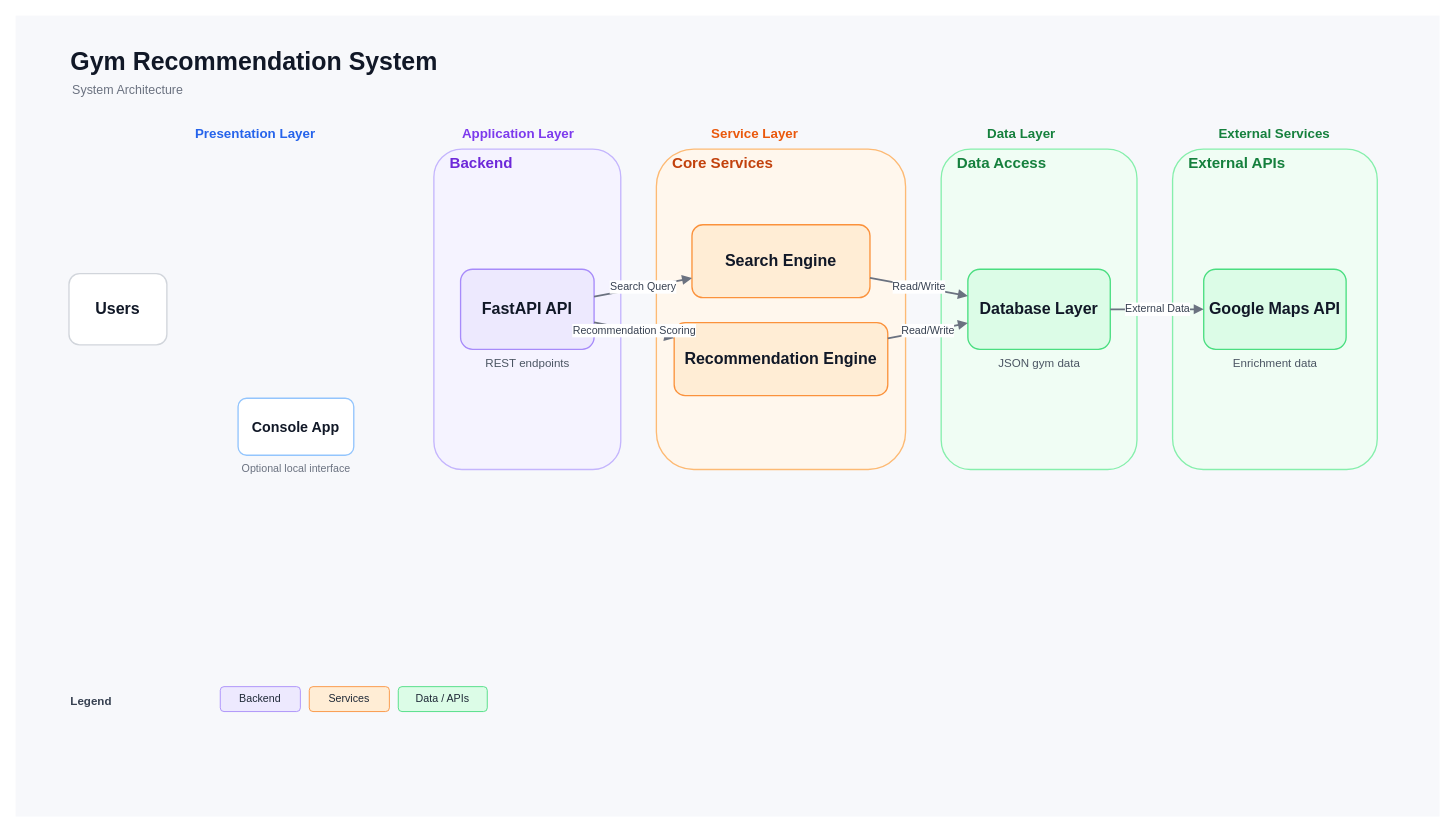
Above: system_flowchart.drawio in AmberrTan/CV1014 (draw.io), before the change. Source tidied: cells renumbered, new cells numbered last; positions are measured from the earlier drawing's top-left corner, leaving out a move shared by most shapes. Both pictures are drawn from the tidied source at 89%, with x=0, y=0 at pixel (15, 15).
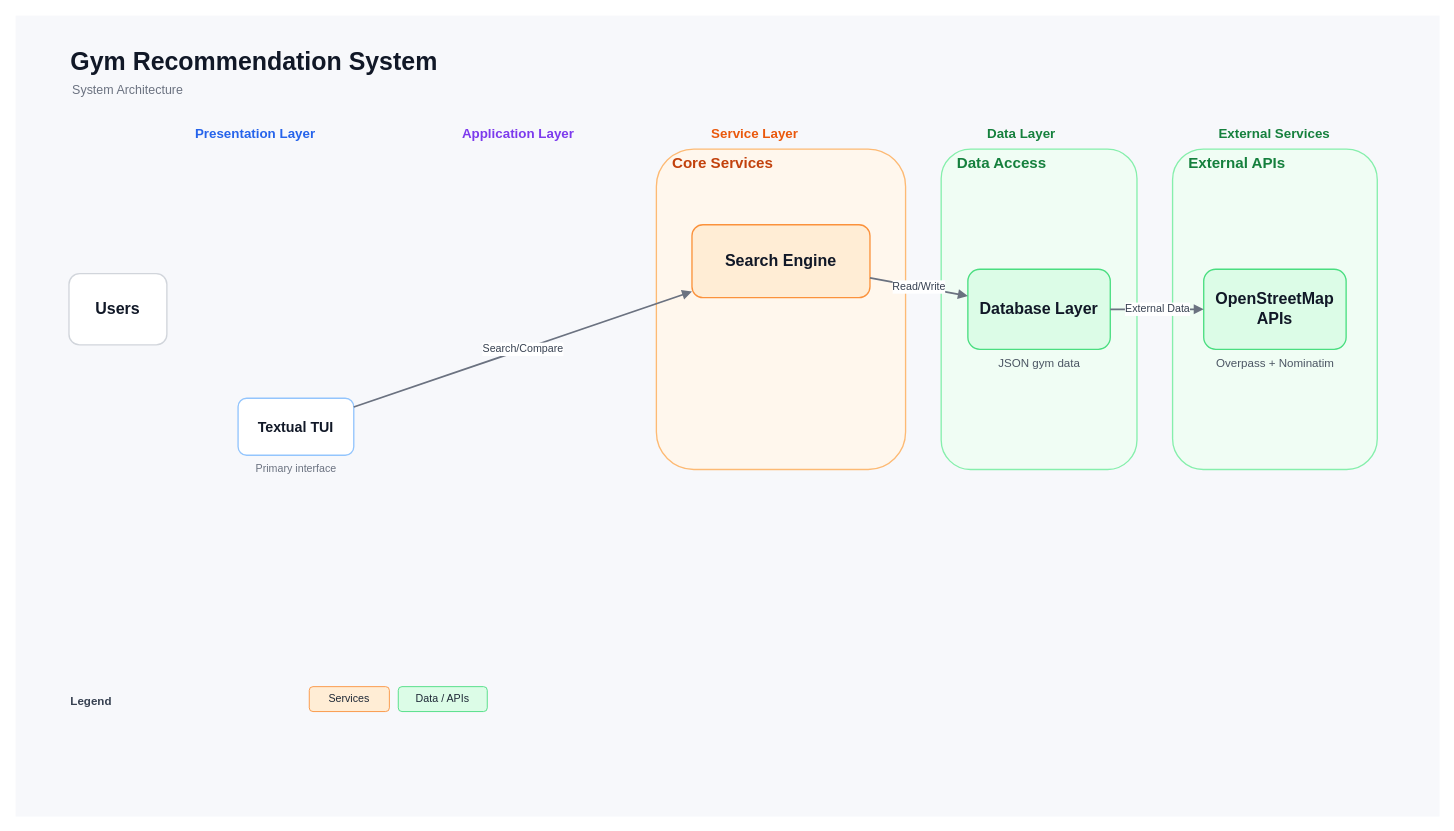
Above is the later version.

Unchanged cells that the change refers to:
```xml
<mxCell id="17" value="Search Engine" style="rounded=1;whiteSpace=wrap;html=1;fillColor=#ffedd5;strokeColor=#fb923c;strokeWidth=1.5;fontSize=18;fontStyle=1;fontColor=#111827;" parent="1" vertex="1">
  <mxGeometry x="760" y="235" width="200" height="82" as="geometry" />
</mxCell>
<mxCell id="20" value="Database Layer" style="rounded=1;whiteSpace=wrap;html=1;fillColor=#dcfce7;strokeColor=#4ade80;strokeWidth=1.5;fontSize=18;fontStyle=1;fontColor=#111827;" parent="1" vertex="1">
  <mxGeometry x="1070" y="285" width="160" height="90" as="geometry" />
</mxCell>
```

What changed in the source:
```diff
@@
-    <mxCell id="11" value="Console App" style="rounded=1;whiteSpace=wrap;html=1;fillColor=#ffffff;strokeColor=#93c5fd;strokeWidth=1.5;fontSize=16;fontStyle=1;fontColor=#111827;" parent="1" vertex="1">
+    <mxCell id="11" value="Textual TUI" style="rounded=1;whiteSpace=wrap;html=1;fillColor=#ffffff;strokeColor=#93c5fd;strokeWidth=1.5;fontSize=16;fontStyle=1;fontColor=#111827;" parent="1" vertex="1">
       <mxGeometry x="250" y="430" width="130" height="64" as="geometry" />
     </mxCell>
-    <mxCell id="12" value="Optional local interface" style="text;html=1;strokeColor=none;fillColor=none;align=center;verticalAlign=middle;fontSize=12;fontColor=#6b7280;" parent="1" vertex="1">
+    <mxCell id="12" value="Primary interface" style="text;html=1;strokeColor=none;fillColor=none;align=center;verticalAlign=middle;fontSize=12;fontColor=#6b7280;" parent="1" vertex="1">
       <mxGeometry x="232" y="500" width="166" height="18" as="geometry" />
     </mxCell>
-    <mxCell id="13" value="Backend" style="rounded=1;whiteSpace=wrap;html=1;fillColor=#f5f3ff;strokeColor=#c4b5fd;strokeWidth=1.5;fontSize=17;fontStyle=1;align=left;spacingLeft=16;verticalAlign=top;fontColor=#6d28d9;" parent="1" vertex="1">
-      <mxGeometry x="470" y="150" width="210" height="360" as="geometry" />
-    </mxCell>
-    <mxCell id="14" value="FastAPI API" style="rounded=1;whiteSpace=wrap;html=1;fillColor=#ede9fe;strokeColor=#a78bfa;strokeWidth=1.5;fontSize=18;fontStyle=1;fontColor=#111827;" parent="1" vertex="1">
-      <mxGeometry x="500" y="285" width="150" height="90" as="geometry" />
-    </mxCell>
-    <mxCell id="15" value="REST endpoints" style="text;html=1;strokeColor=none;fillColor=none;align=center;verticalAlign=middle;fontSize=13;fontColor=#4b5563;" parent="1" vertex="1">
-      <mxGeometry x="515" y="380" width="120" height="20" as="geometry" />
-    </mxCell>
@@
-    <mxCell id="18" value="Recommendation Engine" style="rounded=1;whiteSpace=wrap;html=1;fillColor=#ffedd5;strokeColor=#fb923c;strokeWidth=1.5;fontSize=18;fontStyle=1;fontColor=#111827;" parent="1" vertex="1">
-      <mxGeometry x="740" y="345" width="240" height="82" as="geometry" />
-    </mxCell>
@@
-    <mxCell id="23" value="Google Maps API" style="rounded=1;whiteSpace=wrap;html=1;fillColor=#dcfce7;strokeColor=#4ade80;strokeWidth=1.5;fontSize=18;fontStyle=1;fontColor=#111827;" parent="1" vertex="1">
+    <mxCell id="23" value="OpenStreetMap APIs" style="rounded=1;whiteSpace=wrap;html=1;fillColor=#dcfce7;strokeColor=#4ade80;strokeWidth=1.5;fontSize=18;fontStyle=1;fontColor=#111827;" parent="1" vertex="1">
       <mxGeometry x="1335" y="285" width="160" height="90" as="geometry" />
     </mxCell>
-    <mxCell id="24" value="Enrichment data" style="text;html=1;strokeColor=none;fillColor=none;align=center;verticalAlign=middle;fontSize=13;fontColor=#4b5563;" parent="1" vertex="1">
+    <mxCell id="24" value="Overpass + Nominatim" style="text;html=1;strokeColor=none;fillColor=none;align=center;verticalAlign=middle;fontSize=13;fontColor=#4b5563;" parent="1" vertex="1">
       <mxGeometry x="1350" y="380" width="130" height="20" as="geometry" />
     </mxCell>
@@
-    <mxCell id="26" value="Backend" style="rounded=1;whiteSpace=wrap;html=1;fillColor=#ede9fe;strokeColor=#a78bfa;strokeWidth=1;fontSize=12;fontColor=#1f2937;" parent="1" vertex="1">
-      <mxGeometry x="230" y="754" width="90" height="28" as="geometry" />
-    </mxCell>
@@
-    <mxCell id="29" value="Search Query" style="endArrow=block;html=1;rounded=0;strokeWidth=2;strokeColor=#6b7280;fontSize=12;fontColor=#374151;" parent="1" edge="1" source="14" target="17">
+    <mxCell id="29" value="Search/Compare" style="endArrow=block;html=1;rounded=0;strokeWidth=2;strokeColor=#6b7280;fontSize=12;fontColor=#374151;" parent="1" edge="1" source="11" target="17">
       <mxGeometry relative="1" as="geometry" />
     </mxCell>
-    <mxCell id="30" value="Recommendation Scoring" style="endArrow=block;html=1;rounded=0;strokeWidth=2;strokeColor=#6b7280;fontSize=12;fontColor=#374151;" parent="1" edge="1" source="14" target="18">
-      <mxGeometry relative="1" as="geometry" />
-    </mxCell>
@@
-    <mxCell id="32" value="Read/Write" style="endArrow=block;html=1;rounded=0;strokeWidth=2;strokeColor=#6b7280;fontSize=12;fontColor=#374151;" parent="1" edge="1" source="18" target="20">
-      <mxGeometry relative="1" as="geometry" />
-    </mxCell>
```
